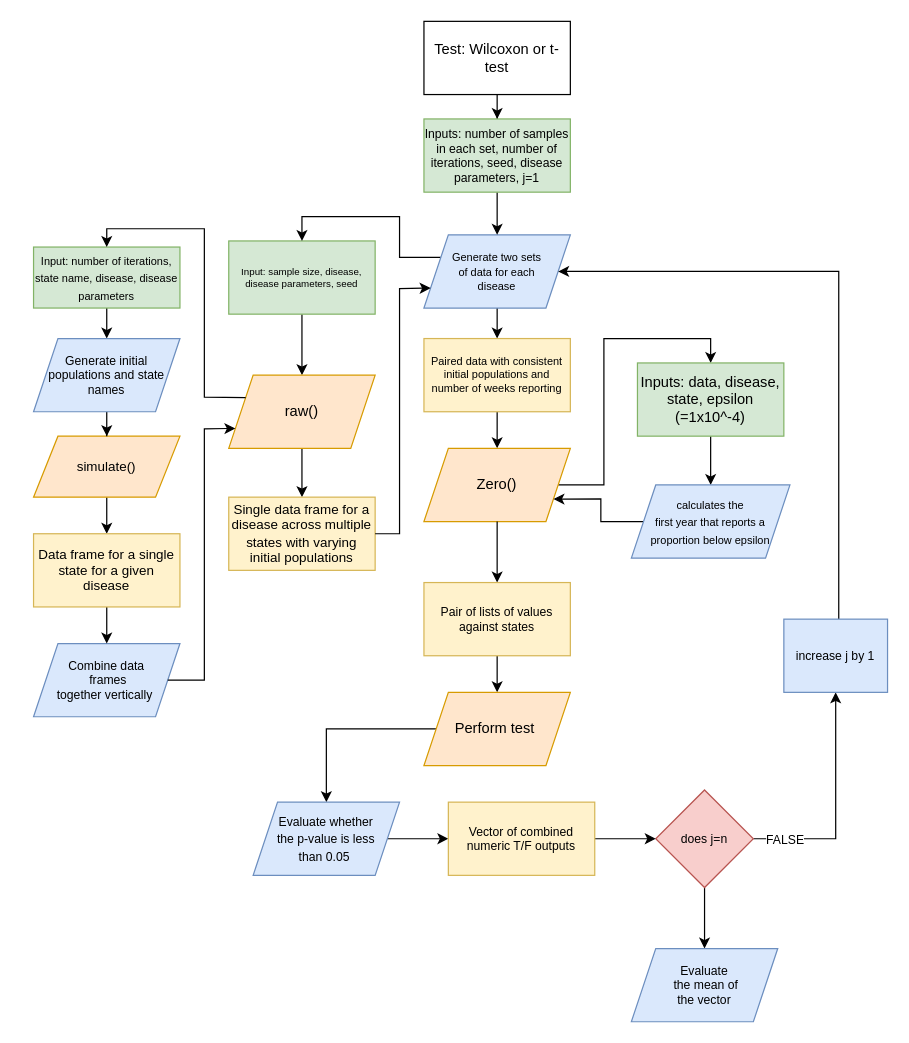
kita200/kitsrepo keeps this draw.io diagram as Untitled Diagram.drawio. Above is the earlier version. Source tidied: cells renumbered, new cells numbered last; positions are measured from the earlier drawing's top-left corner, leaving out a move shared by most shapes. Both pictures are drawn from the tidied source at 122%, with x=0, y=0 at pixel (33, 21).
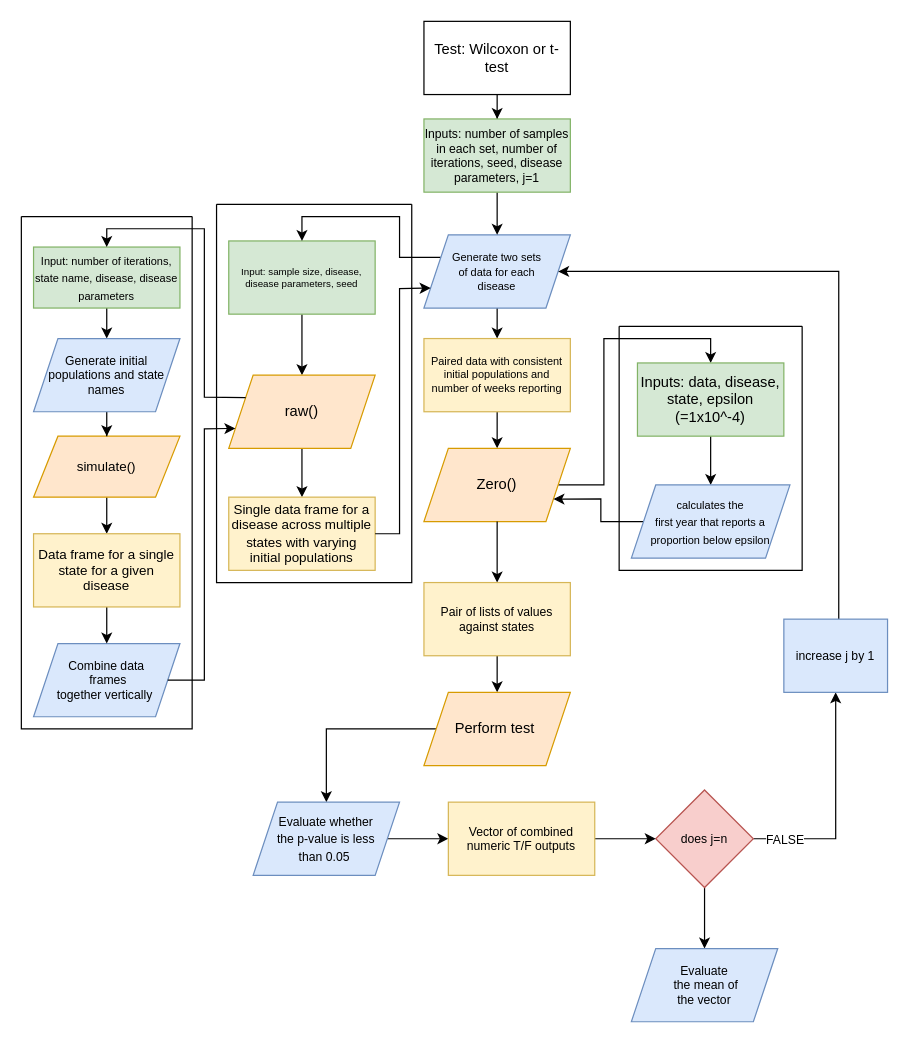
The same diagram, later.

Unchanged cells that the change refers to:
```xml
<mxCell id="9" value="Input: sample size, disease, disease parameters, seed" style="rounded=0;whiteSpace=wrap;html=1;fontSize=8;fillColor=#d5e8d4;strokeColor=#82b366;" parent="1" vertex="1">
  <mxGeometry x="160" y="180" width="120" height="60" as="geometry" />
</mxCell>
<mxCell id="22" value="&lt;font style=&quot;font-size: 9px;&quot;&gt;Generate two sets &lt;br&gt;of data for each &lt;br&gt;disease&lt;/font&gt;" style="shape=parallelogram;perimeter=parallelogramPerimeter;whiteSpace=wrap;html=1;fixedSize=1;rounded=0;fontSize=10;fillColor=#dae8fc;strokeColor=#6c8ebf;" parent="1" vertex="1">
  <mxGeometry x="320" y="175" width="120" height="60" as="geometry" />
</mxCell>
```

What changed in the source:
```diff
@@
-    <mxCell id="20" style="edgeStyle=orthogonalEdgeStyle;rounded=0;jettySize=auto;html=1;entryX=0.5;entryY=0;entryDx=0;entryDy=0;fontSize=10;exitX=0;exitY=0.25;exitDx=0;exitDy=0;" parent="1" edge="1" source="22" target="9">
+    <mxCell id="20" style="edgeStyle=orthogonalEdgeStyle;rounded=0;jettySize=auto;html=1;entryX=0.5;entryY=0;entryDx=0;entryDy=0;fontSize=10;exitX=0;exitY=0.25;exitDx=0;exitDy=0;jumpStyle=gap;" parent="1" edge="1" source="22" target="9">
       <mxGeometry relative="1" as="geometry" />
     </mxCell>
@@
+    <mxCell id="50" style="swimlane;startSize=0;rounded=0;fontSize=10;" parent="1" vertex="1">
+      <mxGeometry x="150" y="150" width="160" height="310" as="geometry" />
+    </mxCell>
+    <mxCell id="51" style="swimlane;startSize=0;rounded=0;fontSize=10;" parent="1" vertex="1">
+      <mxGeometry x="-10" y="160" width="140" height="420" as="geometry" />
+    </mxCell>
+    <mxCell id="52" style="swimlane;startSize=0;rounded=0;fontSize=10;" parent="1" vertex="1">
+      <mxGeometry x="480" y="250" width="150" height="200" as="geometry" />
+    </mxCell>
```
